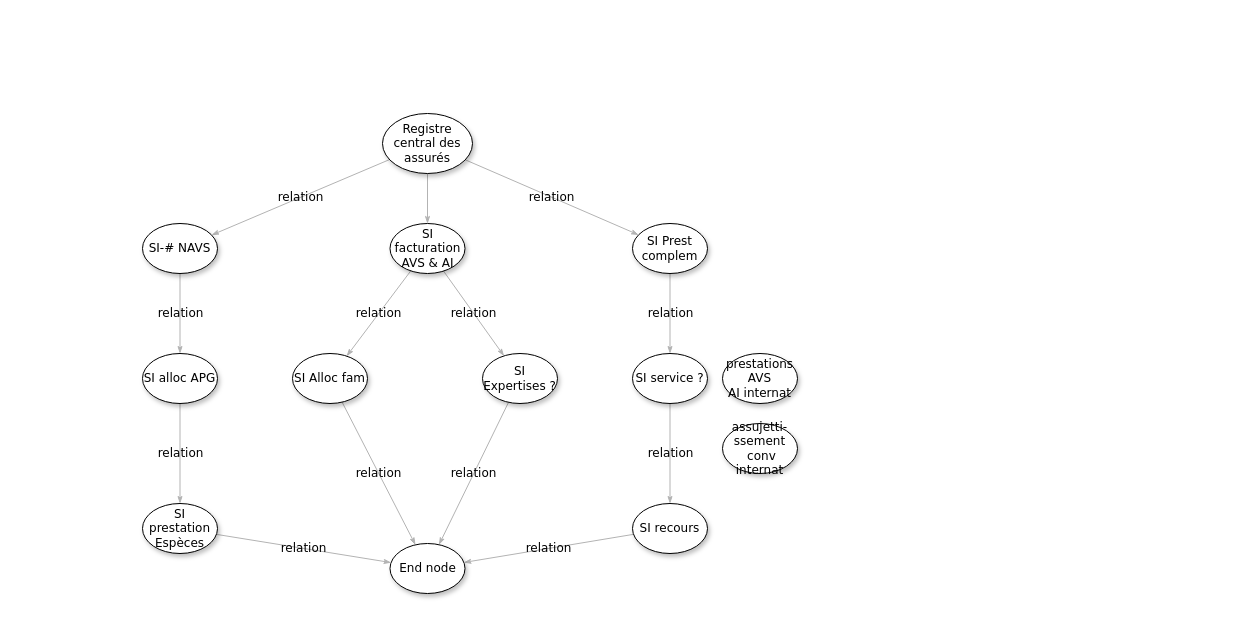
The draw.io diagram page "SystèmesCdC" (2 of 2) of CdC-context.drawio in Helena-Zuk/github-slideshow, before the edit. Source tidied: cells renumbered, new cells numbered last; positions are measured from the earlier drawing's top-left corner, leaving out a move shared by most shapes. Both pictures are drawn from the tidied source at 100%, with x=0, y=0 at pixel (142, 113).
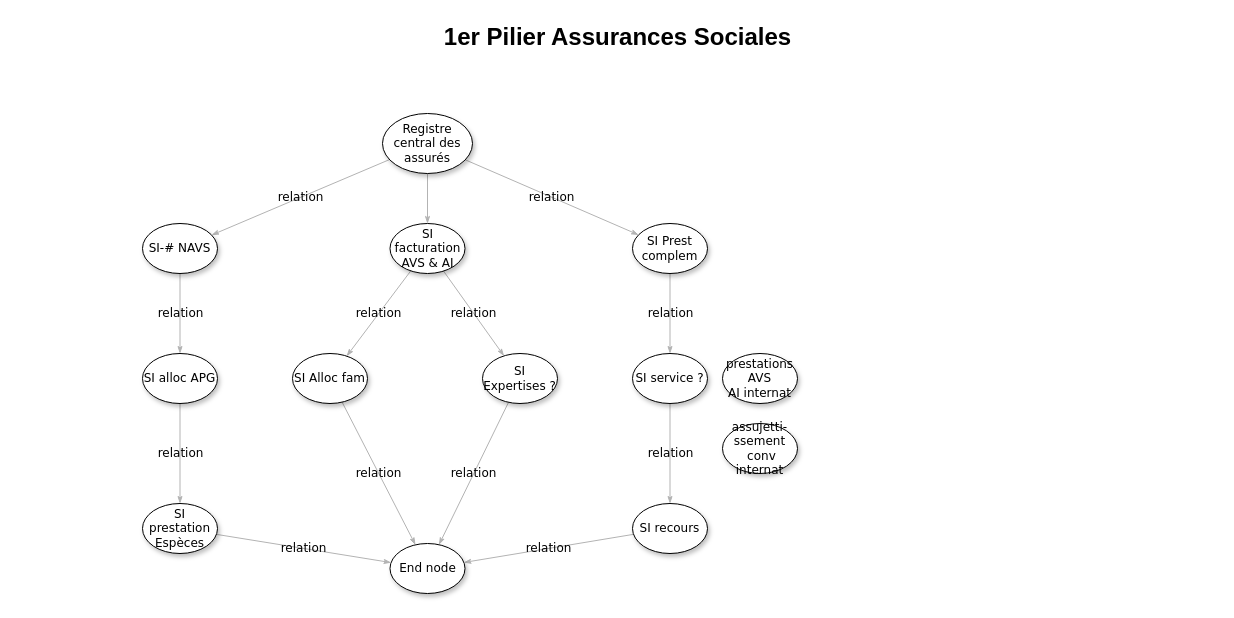
The same page after the edit.

The edit, as a diff of the source:
```diff
@@
+    <mxCell id="28" value="1er Pilier Assurances Sociales" style="text;strokeColor=none;fillColor=none;html=1;fontSize=24;fontStyle=1;verticalAlign=middle;align=center;" parent="1" vertex="1">
+      <mxGeometry x="-125" y="-96" width="1200" height="40" as="geometry" />
+    </mxCell>
```
